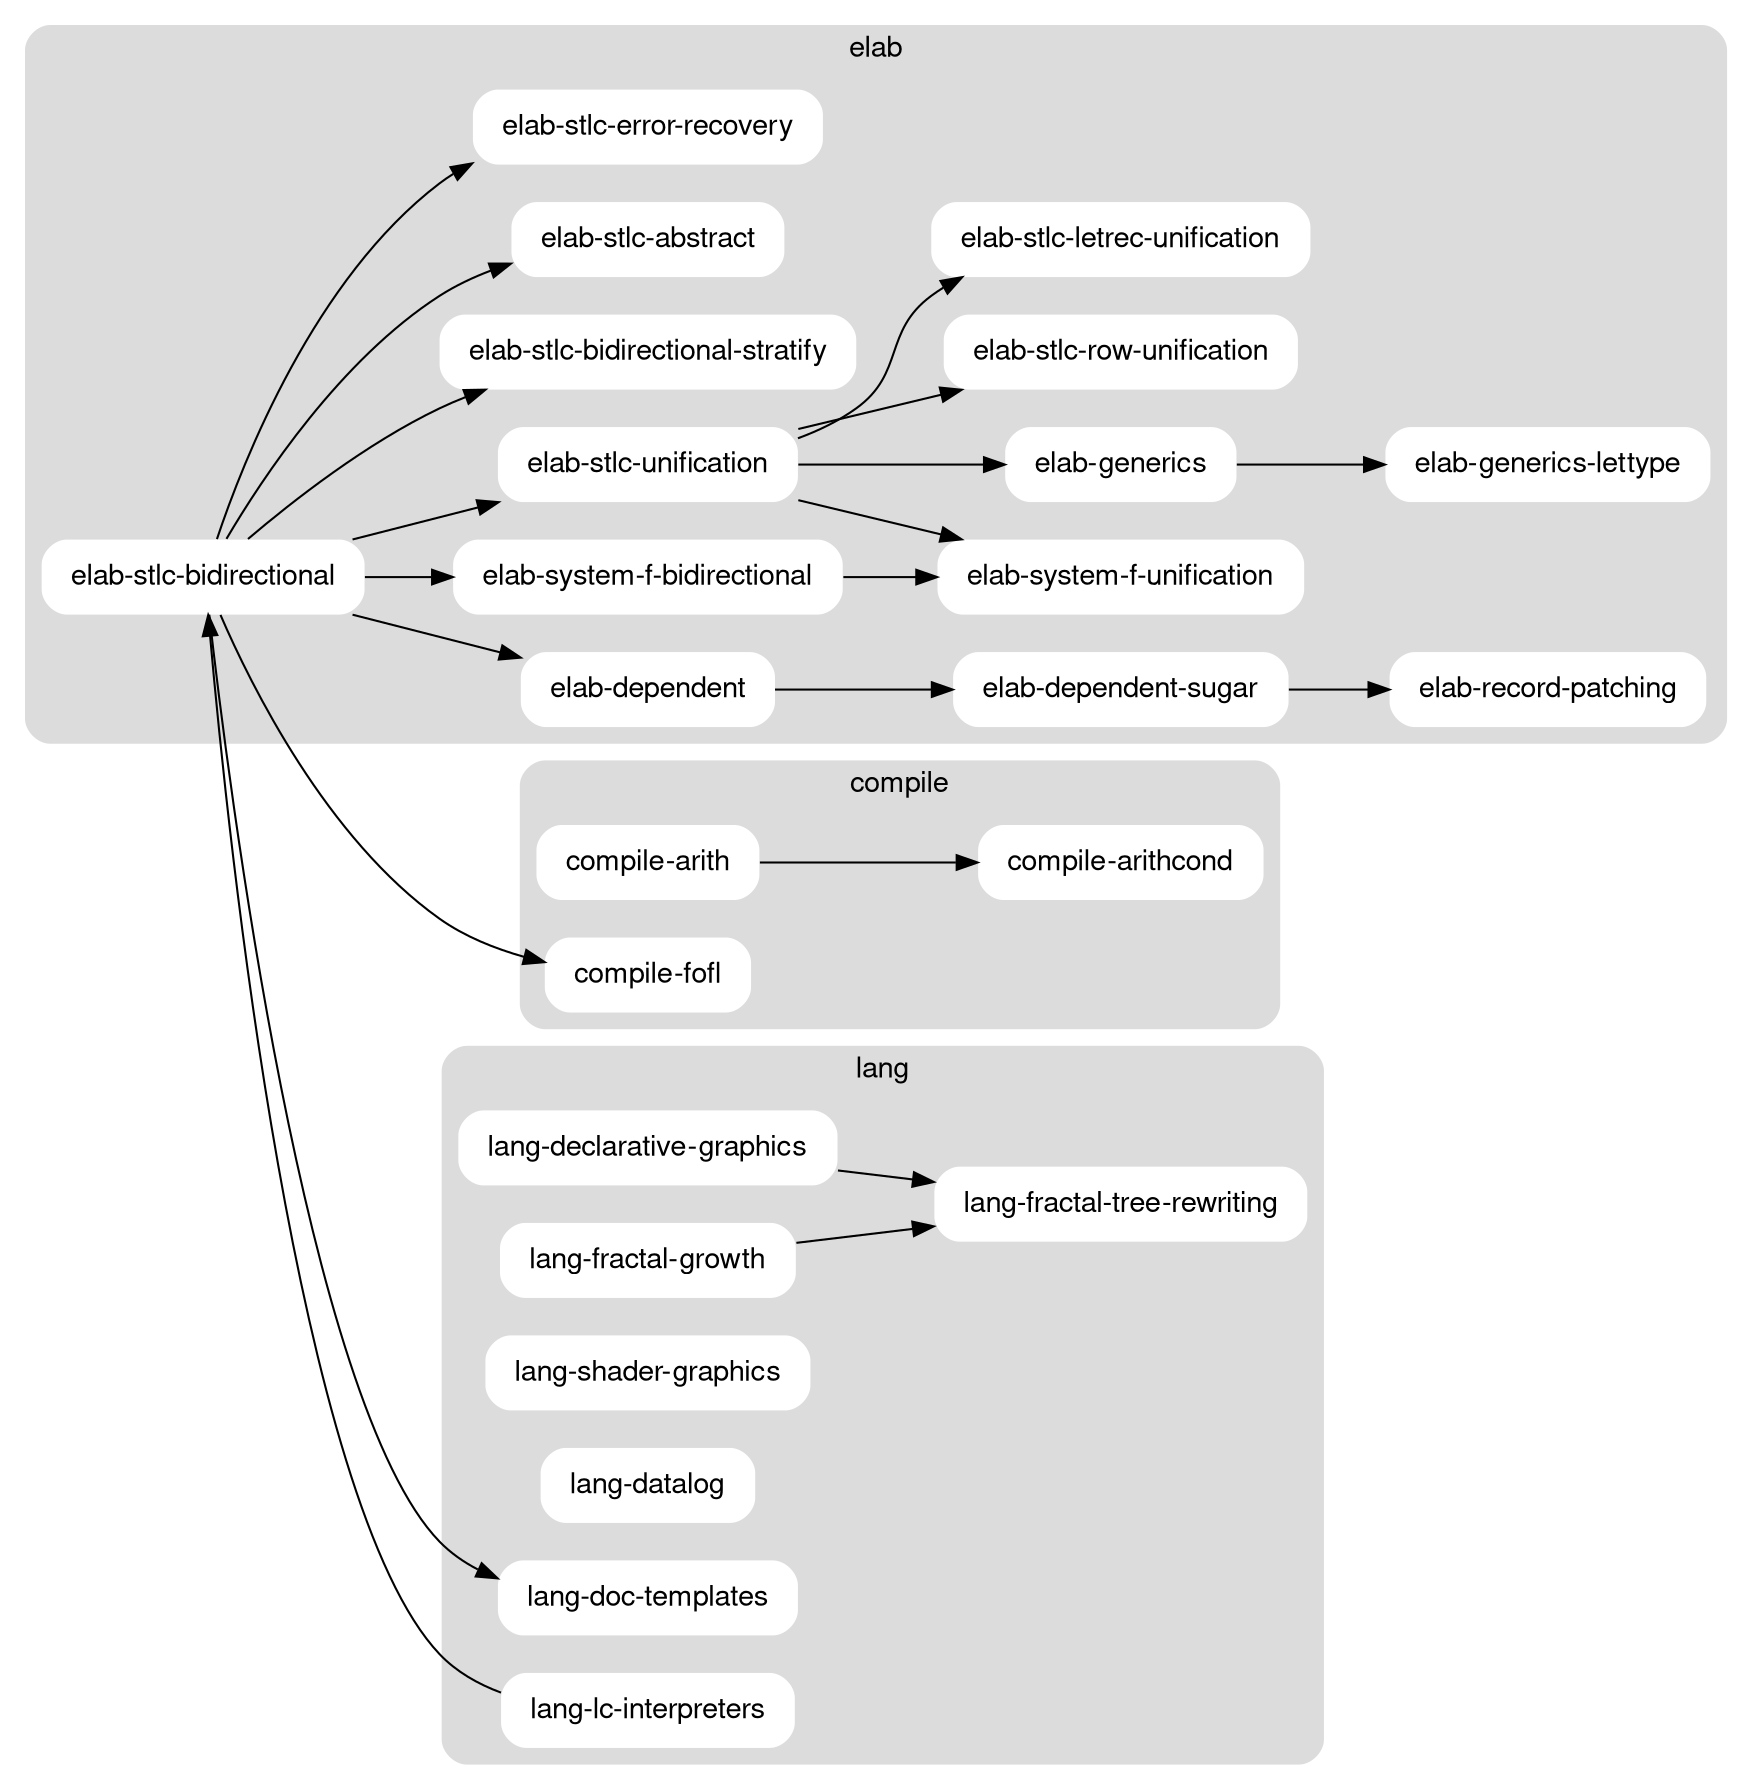
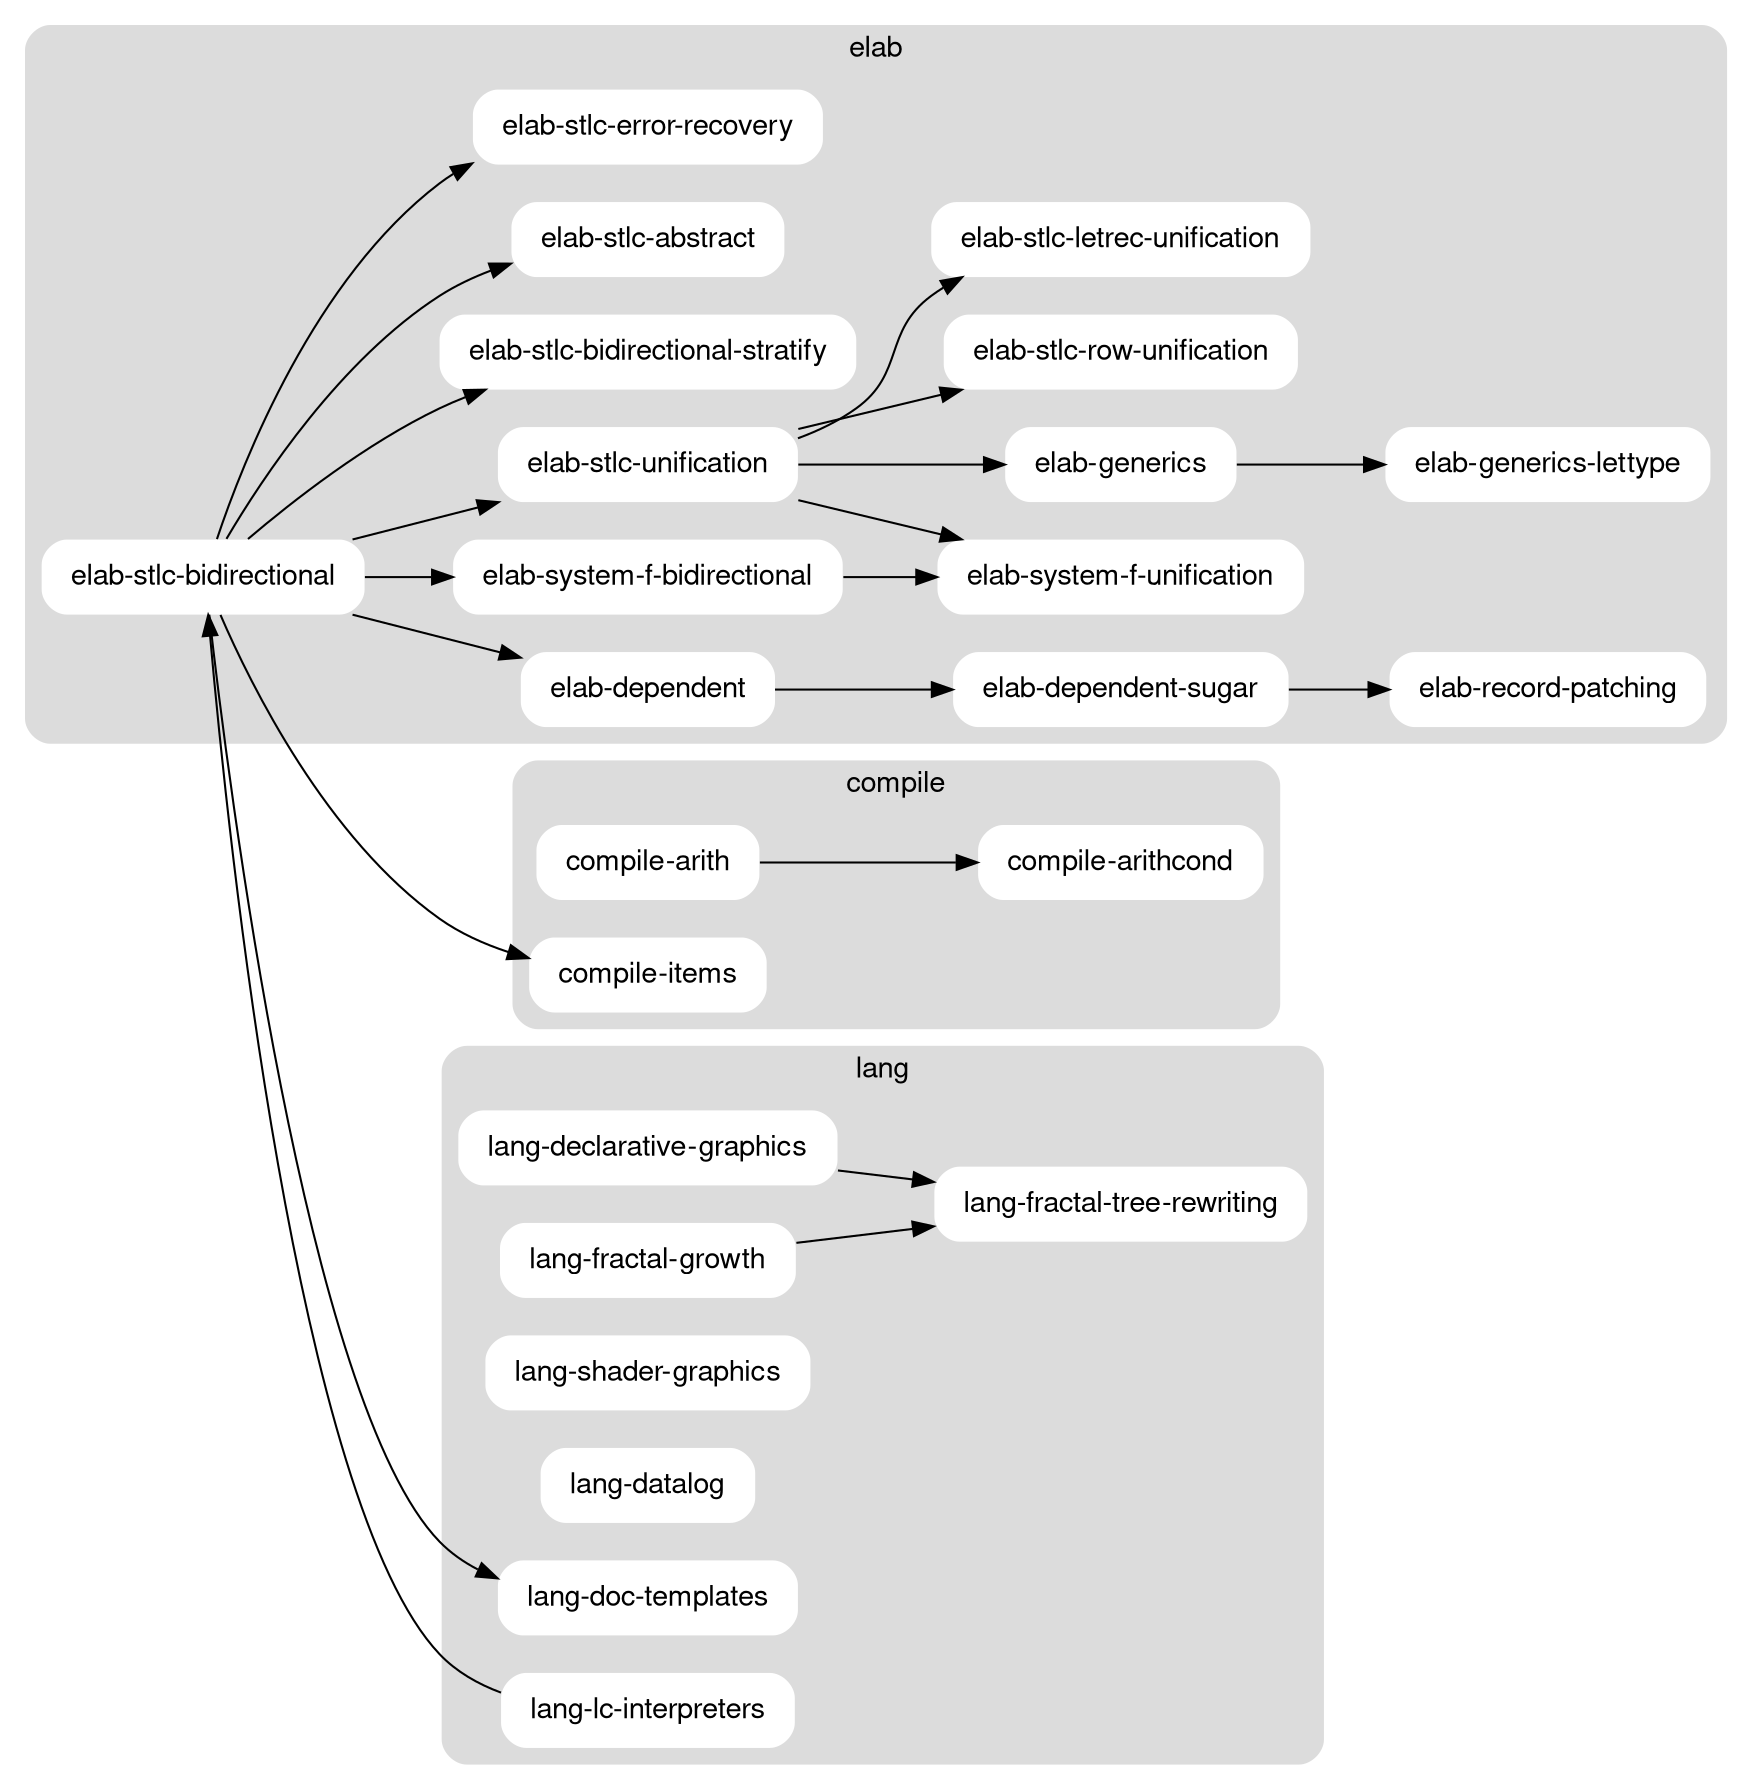
// dot -Tsvg garden.dot > garden.svg
// dot -Tpng garden.dot | imgcat

digraph garden {

  graph [
    color = "none",
    fillcolor = "gainsboro",
    fontname = "Helvetica,Arial,sans-serif",
    rankdir = LR,
    style = "filled, rounded",
  ];

  node [
    color = "none",
    fillcolor = "white",
    fontname = "Helvetica,Arial,sans-serif",
    margin = "0.2, 0.0",
    shape = "box",
    style = "filled, rounded",
  ];

  // NOTE: Subgraphs and nodes are listed in reverse order to how we’d like
  //       them to appear in the rendered graph

  subgraph elab {
    label = "elab";
    cluster = true;

    "elab-dependent";
    "elab-dependent-sugar";
    "elab-record-patching";

    "elab-system-f-bidirectional";
    "elab-system-f-unification";

    "elab-generics";
    "elab-generics-lettype";

    "elab-stlc-bidirectional";
    "elab-stlc-unification";
    "elab-stlc-bidirectional-stratify";
    "elab-stlc-abstract";
    "elab-stlc-row-unification";
    "elab-stlc-letrec-unification";
    "elab-stlc-error-recovery";
  }

  subgraph compile {
    label = "compile";
    cluster = true;

    "compile-arith";
    "compile-arithcond";
-     "compile-fofl";
+     "compile-items";
  }

  subgraph lang {
    label = "lang";
    cluster = true;

    "lang-declarative-graphics";
    "lang-fractal-growth";
    "lang-fractal-tree-rewriting";
    "lang-shader-graphics";
    "lang-datalog";
    "lang-doc-templates";
    "lang-lc-interpreters";
  }

  "elab-stlc-bidirectional" -> "elab-stlc-error-recovery";
  "elab-stlc-bidirectional" -> "elab-stlc-bidirectional-stratify";
  "elab-stlc-bidirectional" -> "elab-stlc-unification";
  "elab-stlc-bidirectional" -> "elab-stlc-abstract";
  "elab-stlc-bidirectional" -> "elab-system-f-bidirectional";
  "elab-stlc-bidirectional" -> "elab-dependent";
  "elab-stlc-bidirectional" -> "lang-doc-templates";
-   "elab-stlc-bidirectional" -> "compile-fofl";
+   "elab-stlc-bidirectional" -> "compile-items";
  "elab-stlc-unification" -> "elab-stlc-letrec-unification";
  "elab-stlc-unification" -> "elab-stlc-row-unification";
  "elab-stlc-unification" -> "elab-generics";
  "elab-stlc-unification" -> "elab-system-f-unification";
  "elab-generics" -> "elab-generics-lettype";
  "elab-system-f-bidirectional" -> "elab-system-f-unification";
  "elab-dependent" -> "elab-dependent-sugar";
  "elab-dependent-sugar" -> "elab-record-patching";
  "compile-arith" -> "compile-arithcond";
  "lang-lc-interpreters" -> "elab-stlc-bidirectional";
  "lang-fractal-growth" -> "lang-fractal-tree-rewriting";
  "lang-declarative-graphics" -> "lang-fractal-tree-rewriting";

}
